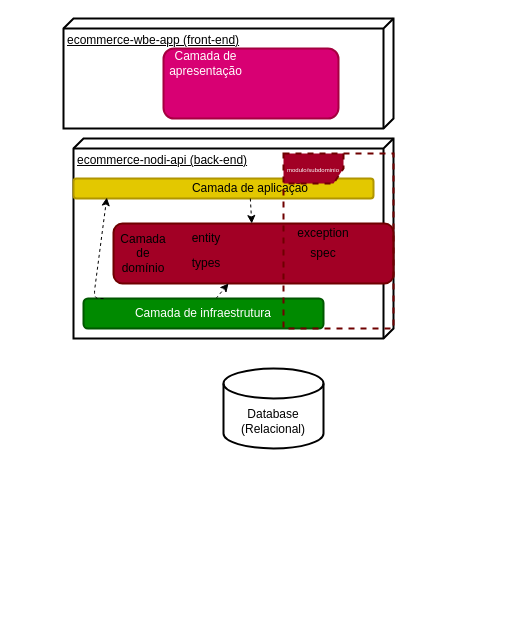
The draw.io diagram requirements/ecommerce.-arquitetura.drawio in Fernanda071/ecommerce-node-api, before the edit. Source tidied: cells renumbered, new cells numbered last; positions are measured from the earlier drawing's top-left corner, leaving out a move shared by most shapes. Both pictures are drawn from the tidied source at 100%, with x=0, y=0 at pixel (63, 18).
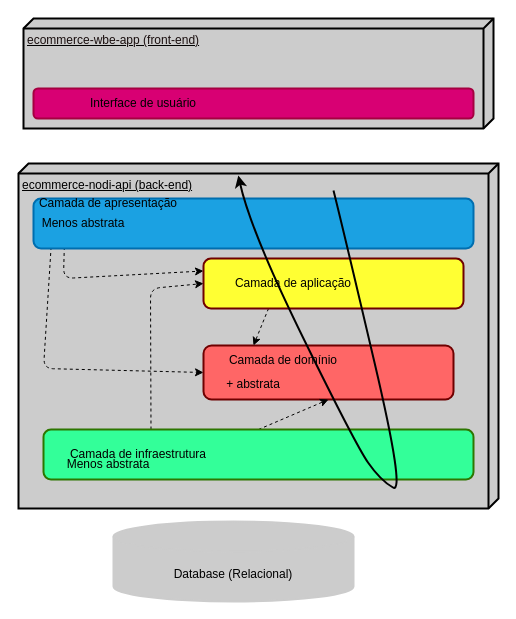
The same diagram, later.

Change to the diagram source:
```diff
@@
-    <mxCell id="2" value="ecommerce-nodi-api (back-end)" style="verticalAlign=top;align=left;spacingTop=8;spacingLeft=2;spacingRight=12;shape=cube;size=10;direction=south;fontStyle=4;html=1;strokeWidth=2;" parent="1" vertex="1">
-      <mxGeometry x="10" y="120" width="320" height="200" as="geometry" />
+    <mxCell id="2" value="&lt;font color=&quot;#000000&quot;&gt;ecommerce-nodi-api (back-end)&lt;/font&gt;" style="verticalAlign=top;align=left;spacingTop=8;spacingLeft=2;spacingRight=12;shape=cube;size=10;direction=south;fontStyle=4;html=1;strokeWidth=2;fillColor=#CCCCCC;" parent="1" vertex="1">
+      <mxGeometry x="-45" y="145" width="480" height="345" as="geometry" />
     </mxCell>
-    <mxCell id="3" value="ecommerce-wbe-app (front-end)" style="verticalAlign=top;align=left;spacingTop=8;spacingLeft=2;spacingRight=12;shape=cube;size=10;direction=south;fontStyle=4;html=1;strokeWidth=2;" parent="1" vertex="1">
-      <mxGeometry width="330" height="110" as="geometry" />
+    <mxCell id="3" value="&lt;font color=&quot;#1a0f0f&quot;&gt;ecommerce-wbe-app (front-end)&lt;/font&gt;" style="verticalAlign=top;align=left;spacingTop=8;spacingLeft=2;spacingRight=12;shape=cube;size=10;direction=south;fontStyle=4;html=1;strokeWidth=2;fillColor=#CCCCCC;" parent="1" vertex="1">
+      <mxGeometry x="-40" width="470" height="110" as="geometry" />
     </mxCell>
-    <mxCell id="4" value="Database (Relacional)" style="shape=cylinder3;whiteSpace=wrap;html=1;boundedLbl=1;backgroundOutline=1;size=15;strokeWidth=2;" parent="1" vertex="1">
-      <mxGeometry x="160" y="350" width="100" height="80" as="geometry" />
+    <mxCell id="4" value="&lt;font color=&quot;#000000&quot;&gt;Database (Relacional)&lt;/font&gt;" style="shape=cylinder3;whiteSpace=wrap;html=1;boundedLbl=1;backgroundOutline=1;size=15;strokeWidth=2;strokeColor=#CCCCCC;fillColor=#CCCCCC;" parent="1" vertex="1">
+      <mxGeometry x="50" y="503" width="240" height="80" as="geometry" />
     </mxCell>
+    <mxCell id="20" style="edgeStyle=none;html=1;exitX=0.07;exitY=0.97;exitDx=0;exitDy=0;exitPerimeter=0;entryX=0;entryY=0.25;entryDx=0;entryDy=0;entryPerimeter=0;dashed=1;strokeColor=#000000;" parent="1" edge="1" source="5" target="24">
+      <mxGeometry relative="1" as="geometry">
+        <Array as="points">
+          <mxPoint y="260" />
+        </Array>
+      </mxGeometry>
+    </mxCell>
+    <mxCell id="21" style="edgeStyle=none;html=1;exitX=0.04;exitY=0.97;exitDx=0;exitDy=0;exitPerimeter=0;entryX=0;entryY=0.5;entryDx=0;entryDy=0;dashed=1;strokeColor=#000000;strokeWidth=1;" parent="1" edge="1" source="5" target="8">
+      <mxGeometry relative="1" as="geometry">
+        <Array as="points">
+          <mxPoint x="-20" y="350" />
+        </Array>
+      </mxGeometry>
+    </mxCell>
-    <mxCell id="5" style="rounded=1;whiteSpace=wrap;html=1;strokeWidth=2;fillColor=#a20025;fontColor=#ffffff;strokeColor=#6F0000;" parent="1" vertex="1">
-      <mxGeometry x="50" y="205" width="280" height="60" as="geometry" />
+    <mxCell id="5" style="rounded=1;whiteSpace=wrap;html=1;strokeWidth=2;fillColor=#1ba1e2;fontColor=#ffffff;strokeColor=#006EAF;points=[[0,0,0,0,0],[0,0.27,0,0,0],[0,0.5,0,0,0],[0,0.73,0,0,0],[0,1,0,0,0],[0.04,0.97,0,0,0],[0.07,0.97,0,0,0],[0.5,0,0,0,0],[0.5,1,0,0,0],[0.75,0,0,0,0],[0.75,1,0,0,0],[1,0,0,0,0],[1,0.27,0,0,0],[1,0.5,0,0,0],[1,0.77,0,0,0],[1,1,0,0,0]];" parent="1" vertex="1">
+      <mxGeometry x="-30" y="180" width="440" height="50" as="geometry" />
     </mxCell>
-    <mxCell id="6" style="rounded=1;whiteSpace=wrap;html=1;strokeWidth=2;fillColor=#e3c800;strokeColor=#B09500;fontColor=#000000;" parent="1" vertex="1">
-      <mxGeometry x="10" y="160" width="300" height="20" as="geometry" />
-    </mxCell>
-    <mxCell id="7" style="edgeStyle=none;html=1;dashed=1;" parent="1" edge="1" source="8" target="5">
-      <mxGeometry relative="1" as="geometry" />
-    </mxCell>
-    <mxCell id="8" value="Camada de infraestrutura" style="rounded=1;whiteSpace=wrap;html=1;strokeWidth=2;fillColor=#008a00;fontColor=#ffffff;strokeColor=#005700;" parent="1" vertex="1">
-      <mxGeometry x="20" y="280" width="240" height="30" as="geometry" />
+    <mxCell id="8" style="rounded=1;whiteSpace=wrap;html=1;strokeWidth=2;fillColor=#FF6666;fontColor=#ffffff;strokeColor=#6F0000;" parent="1" vertex="1">
+      <mxGeometry x="140" y="327" width="250" height="54" as="geometry" />
     </mxCell>
-    <mxCell id="9" style="rounded=1;whiteSpace=wrap;html=1;strokeWidth=2;fillColor=#d80073;strokeColor=#A50040;fontColor=#ffffff;" parent="1" vertex="1">
-      <mxGeometry x="100" y="30" width="175" height="70" as="geometry" />
+    <mxCell id="9" style="rounded=1;whiteSpace=wrap;html=1;strokeWidth=2;fillColor=#d80073;strokeColor=#A50040;fontColor=#ffffff;arcSize=15;" parent="1" vertex="1">
+      <mxGeometry x="-30" y="70" width="440" height="30" as="geometry" />
     </mxCell>
-    <mxCell id="10" value="&lt;span style=&quot;color: rgb(255, 255, 255);&quot;&gt;Camada de apresentação&lt;/span&gt;" style="text;html=1;strokeColor=none;fillColor=none;align=center;verticalAlign=middle;whiteSpace=wrap;rounded=0;strokeWidth=2;" parent="1" vertex="1">
-      <mxGeometry x="105" y="30" width="75" height="30" as="geometry" />
+    <mxCell id="10" value="Camada de apresentação" style="text;html=1;strokeColor=none;fillColor=none;align=center;verticalAlign=middle;whiteSpace=wrap;rounded=0;fontColor=#000000;" parent="1" vertex="1">
+      <mxGeometry x="-40" y="170" width="170" height="30" as="geometry" />
     </mxCell>
-    <mxCell id="11" style="edgeStyle=none;html=1;dashed=1;" parent="1" edge="1" source="12" target="5">
-      <mxGeometry relative="1" as="geometry" />
-    </mxCell>
+    <mxCell id="22" value="Interface de usuário" style="text;html=1;strokeColor=none;fillColor=none;align=center;verticalAlign=middle;whiteSpace=wrap;rounded=0;fontColor=#000000;" parent="1" vertex="1">
+      <mxGeometry x="20" y="70" width="120" height="30" as="geometry" />
+    </mxCell>
+    <mxCell id="13" value="Camada de domínio" style="text;html=1;strokeColor=none;fillColor=none;align=center;verticalAlign=middle;whiteSpace=wrap;rounded=0;fontColor=#000000;" parent="1" vertex="1">
+      <mxGeometry x="160" y="327" width="120" height="30" as="geometry" />
+    </mxCell>
+    <mxCell id="23" style="edgeStyle=none;html=1;exitX=0.25;exitY=1;exitDx=0;exitDy=0;exitPerimeter=0;entryX=0.25;entryY=0;entryDx=0;entryDy=0;dashed=1;strokeColor=#000000;strokeWidth=1;" parent="1" edge="1" source="24" target="13">
+      <mxGeometry relative="1" as="geometry" />
+    </mxCell>
+    <mxCell id="24" style="rounded=1;whiteSpace=wrap;html=1;strokeWidth=2;fillColor=#FFFF33;fontColor=#ffffff;strokeColor=#6F0000;points=[[0,0,0,0,0],[0,0.25,0,0,0],[0,0.5,0,0,0],[0,0.75,0,0,0],[0,1,0,0,0],[0.25,0,0,0,0],[0.25,1,0,0,0],[0.47,0.92,0,0,0],[0.5,0,0,0,0],[0.75,0,0,0,0],[0.75,1,0,0,0],[1,0,0,0,0],[1,0.25,0,0,0],[1,0.5,0,0,0],[1,0.75,0,0,0],[1,1,0,0,0]];" parent="1" vertex="1">
+      <mxGeometry x="140" y="240" width="260" height="50" as="geometry" />
+    </mxCell>
-    <mxCell id="12" value="Camada de aplicação" style="text;html=1;strokeColor=none;fillColor=none;align=center;verticalAlign=middle;whiteSpace=wrap;rounded=0;strokeWidth=2;" parent="1" vertex="1">
-      <mxGeometry x="112.5" y="160" width="147.5" height="20" as="geometry" />
+    <mxCell id="12" value="Camada de aplicação" style="text;html=1;strokeColor=none;fillColor=none;align=center;verticalAlign=middle;whiteSpace=wrap;rounded=0;fontColor=#000000;" parent="1" vertex="1">
+      <mxGeometry x="150" y="250" width="160" height="30" as="geometry" />
     </mxCell>
-    <mxCell id="13" value="Camada de domínio" style="text;html=1;strokeColor=none;fillColor=none;align=center;verticalAlign=middle;whiteSpace=wrap;rounded=0;strokeWidth=2;" parent="1" vertex="1">
-      <mxGeometry x="50" y="220" width="60" height="30" as="geometry" />
-    </mxCell>
-    <mxCell id="14" value="exception" style="text;html=1;strokeColor=none;fillColor=none;align=center;verticalAlign=middle;whiteSpace=wrap;rounded=0;strokeWidth=2;" parent="1" vertex="1">
-      <mxGeometry x="210" y="200" width="100" height="30" as="geometry" />
-    </mxCell>
-    <mxCell id="15" value="types" style="text;html=1;strokeColor=none;fillColor=none;align=center;verticalAlign=middle;whiteSpace=wrap;rounded=0;strokeWidth=2;" parent="1" vertex="1">
-      <mxGeometry x="112.5" y="230" width="60" height="30" as="geometry" />
-    </mxCell>
-    <mxCell id="16" value="spec" style="text;html=1;strokeColor=none;fillColor=none;align=center;verticalAlign=middle;whiteSpace=wrap;rounded=0;strokeWidth=2;" parent="1" vertex="1">
-      <mxGeometry x="230" y="220" width="60" height="30" as="geometry" />
-    </mxCell>
-    <mxCell id="17" value="entity" style="text;html=1;strokeColor=none;fillColor=none;align=center;verticalAlign=middle;whiteSpace=wrap;rounded=0;strokeWidth=2;" parent="1" vertex="1">
-      <mxGeometry x="112.5" y="205" width="60" height="30" as="geometry" />
-    </mxCell>
-    <mxCell id="18" style="endArrow=classic;html=1;entryX=0.111;entryY=0.952;entryDx=0;entryDy=0;entryPerimeter=0;dashed=1;" parent="1" edge="1" target="6">
-      <mxGeometry relative="1" as="geometry">
-        <mxPoint x="40" y="280" as="sourcePoint" />
-        <Array as="points">
-          <mxPoint x="30" y="280" />
-        </Array>
-      </mxGeometry>
-    </mxCell>
-    <mxCell id="19" value="&lt;font style=&quot;font-size: 6px;&quot;&gt;modulo/subdominio&lt;/font&gt;" style="shape=umlFrame;whiteSpace=wrap;html=1;strokeWidth=2;dashed=1;fillColor=#a20025;fontColor=#ffffff;strokeColor=#6F0000;" parent="1" vertex="1">
-      <mxGeometry x="220" y="135" width="110" height="175" as="geometry" />
-    </mxCell>
+    <mxCell id="25" style="edgeStyle=none;html=1;exitX=0.5;exitY=0;exitDx=0;exitDy=0;entryX=0.5;entryY=1;entryDx=0;entryDy=0;dashed=1;strokeColor=#000000;" parent="1" edge="1" source="27" target="8">
+      <mxGeometry relative="1" as="geometry" />
+    </mxCell>
+    <mxCell id="26" style="edgeStyle=none;html=1;exitX=0.25;exitY=0;exitDx=0;exitDy=0;entryX=0;entryY=0.5;entryDx=0;entryDy=0;entryPerimeter=0;dashed=1;strokeColor=#000000;strokeWidth=1;" parent="1" edge="1" source="27" target="24">
+      <mxGeometry relative="1" as="geometry">
+        <Array as="points">
+          <mxPoint x="87" y="270" />
+        </Array>
+      </mxGeometry>
+    </mxCell>
+    <mxCell id="27" style="rounded=1;whiteSpace=wrap;html=1;strokeWidth=2;fillColor=#33FF99;fontColor=#ffffff;strokeColor=#2D7600;" parent="1" vertex="1">
+      <mxGeometry x="-20" y="411" width="430" height="50" as="geometry" />
+    </mxCell>
+    <mxCell id="28" value="Camada de infraestrutura" style="text;html=1;strokeColor=none;fillColor=none;align=center;verticalAlign=middle;whiteSpace=wrap;rounded=0;fontColor=#000000;" parent="1" vertex="1">
+      <mxGeometry x="-10" y="421" width="170" height="30" as="geometry" />
+    </mxCell>
+    <mxCell id="29" value="+ abstrata" style="text;html=1;strokeColor=none;fillColor=none;align=center;verticalAlign=middle;whiteSpace=wrap;rounded=0;fontColor=#000000;" parent="1" vertex="1">
+      <mxGeometry x="160" y="351" width="60" height="30" as="geometry" />
+    </mxCell>
+    <mxCell id="30" value="Menos abstrata" style="text;html=1;strokeColor=none;fillColor=none;align=center;verticalAlign=middle;whiteSpace=wrap;rounded=0;fontColor=#000000;" parent="1" vertex="1">
+      <mxGeometry x="-20" y="431" width="130" height="30" as="geometry" />
+    </mxCell>
+    <mxCell id="31" value="Menos abstrata" style="text;html=1;strokeColor=none;fillColor=none;align=center;verticalAlign=middle;whiteSpace=wrap;rounded=0;fontColor=#000000;" parent="1" vertex="1">
+      <mxGeometry x="-40" y="190" width="120" height="30" as="geometry" />
+    </mxCell>
+    <mxCell id="32" style="curved=1;endArrow=classic;html=1;strokeWidth=2;fontColor=#000000;strokeColor=#000000;" parent="1" edge="1">
+      <mxGeometry relative="1" as="geometry">
+        <mxPoint x="270" y="172" as="sourcePoint" />
+        <mxPoint x="174.8" y="157" as="targetPoint" />
+        <Array as="points">
+          <mxPoint x="280" y="212" />
+          <mxPoint x="342" y="476" />
+          <mxPoint x="317" y="462" />
+          <mxPoint x="292" y="426" />
+          <mxPoint x="187" y="212" />
+        </Array>
+      </mxGeometry>
+    </mxCell>
```
